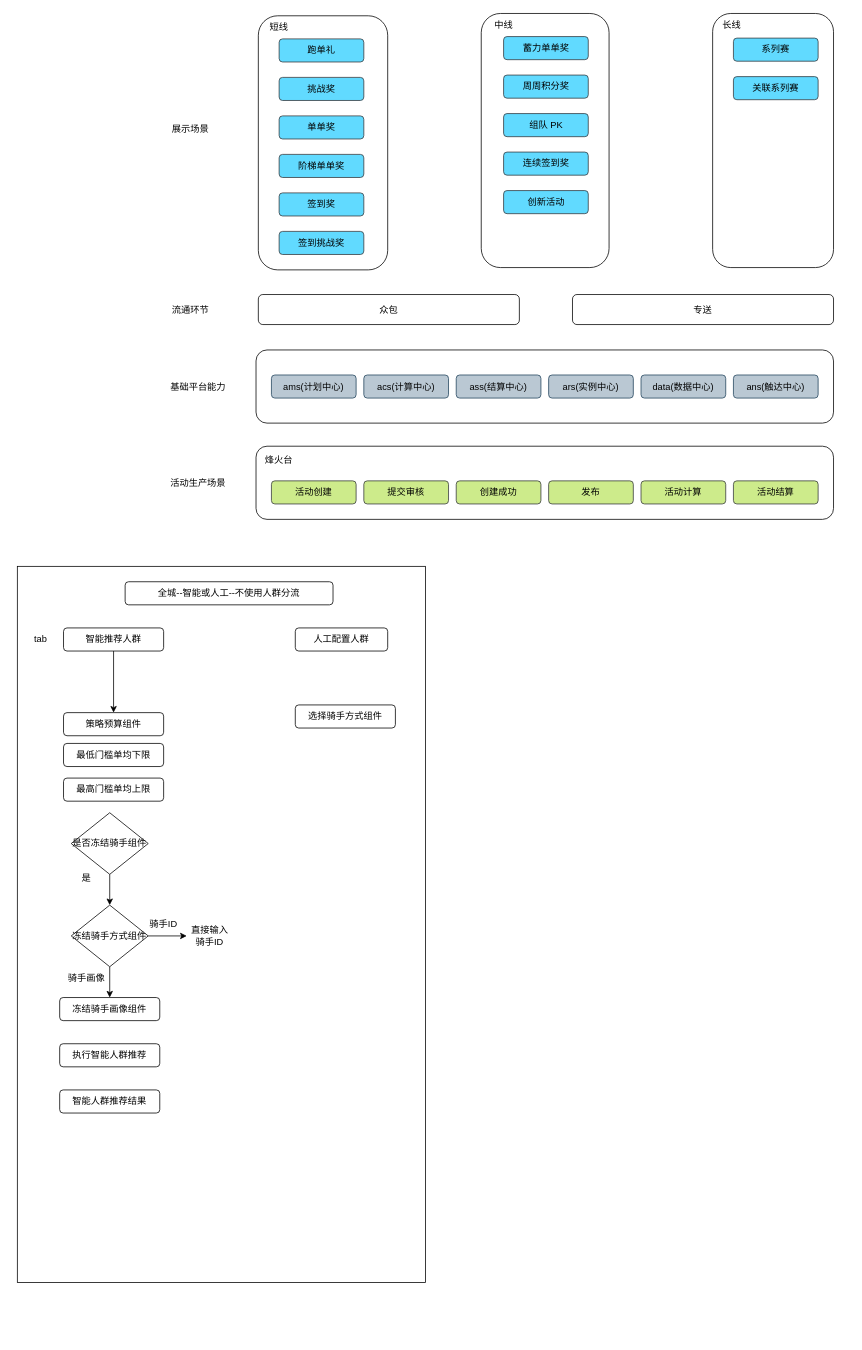
Before: 未命名绘图.drawio in 1587319019/1587319019.github.io, a draw.io diagram. Source tidied: cells renumbered, new cells numbered last; positions are measured from the earlier drawing's top-left corner, leaving out a move shared by most shapes. Both pictures are drawn from the tidied source at 77%, with x=0, y=0 at pixel (17, 13).
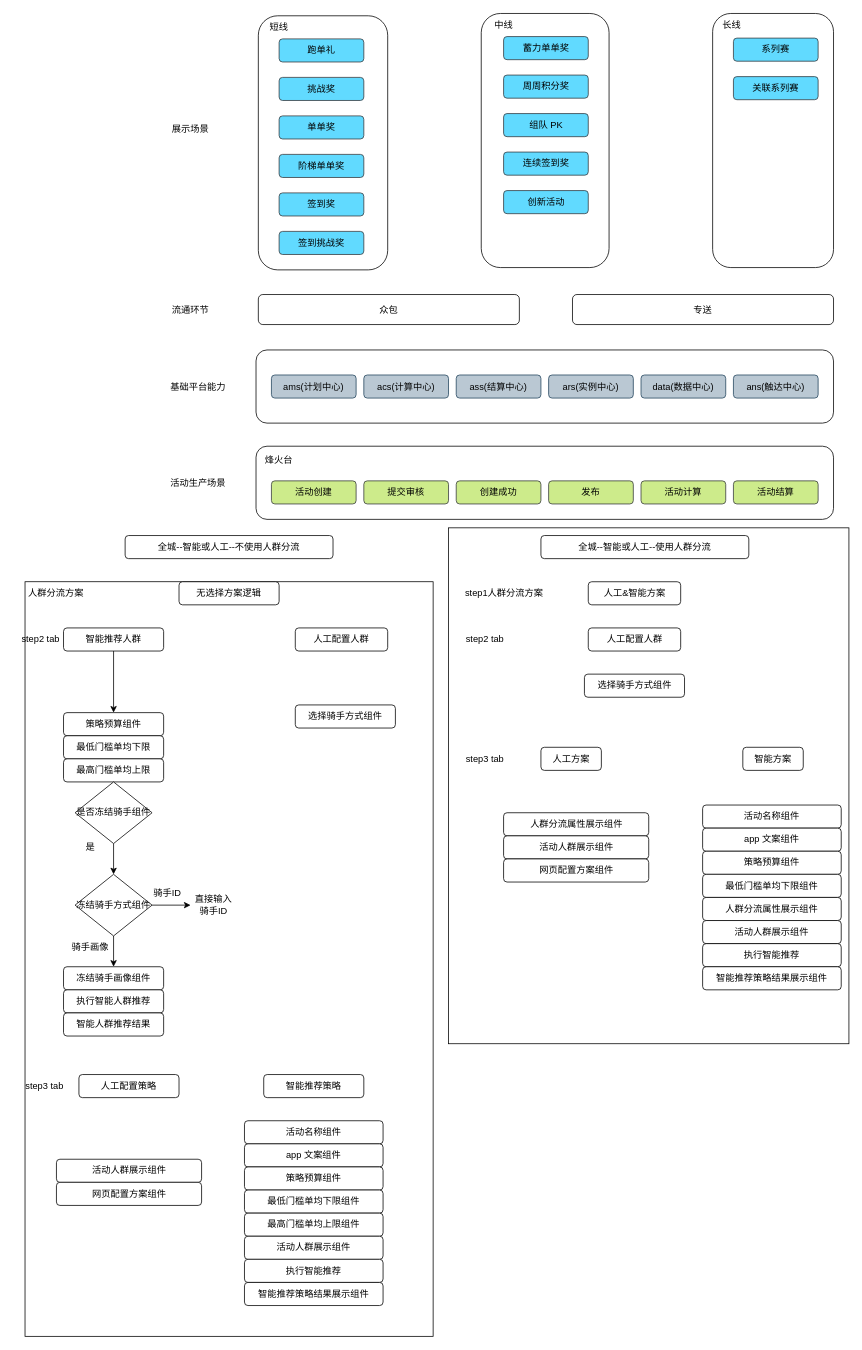
Above is the later version.

Commit message:
更新未命名绘图.drawio

Change to the diagram source:
```diff
@@
+    <mxCell id="64" style="rounded=0;whiteSpace=wrap;html=1;" parent="1" vertex="1">
+      <mxGeometry x="560" y="668" width="520" height="670" as="geometry" />
+    </mxCell>
     <mxCell id="2" style="rounded=0;whiteSpace=wrap;html=1;" parent="1" vertex="1">
-      <mxGeometry y="718" width="530" height="930" as="geometry" />
+      <mxGeometry x="10" y="738" width="530" height="980" as="geometry" />
     </mxCell>
@@
     <mxCell id="47" value="最低门槛单均下限" style="rounded=1;whiteSpace=wrap;html=1;" parent="1" vertex="1">
-      <mxGeometry x="60" y="948" width="130" height="30" as="geometry" />
+      <mxGeometry x="60" y="938" width="130" height="30" as="geometry" />
     </mxCell>
     <mxCell id="48" value="最高门槛单均上限" style="rounded=1;whiteSpace=wrap;html=1;" parent="1" vertex="1">
-      <mxGeometry x="60" y="993" width="130" height="30" as="geometry" />
+      <mxGeometry x="60" y="968" width="130" height="30" as="geometry" />
     </mxCell>
-    <mxCell id="49" value="tab" style="text;html=1;align=center;verticalAlign=middle;strokeColor=none;fillColor=none;" parent="1" vertex="1">
-      <mxGeometry x="10" y="798" width="40" height="30" as="geometry" />
+    <mxCell id="49" value="step2 tab" style="text;html=1;align=center;verticalAlign=middle;strokeColor=none;fillColor=none;" parent="1" vertex="1">
+      <mxGeometry x="-5" y="798" width="70" height="30" as="geometry" />
     </mxCell>
     <mxCell id="50" value="全城--智能或人工--不使用人群分流" style="rounded=1;whiteSpace=wrap;html=1;" parent="1" vertex="1">
-      <mxGeometry x="140" y="738" width="270" height="30" as="geometry" />
+      <mxGeometry x="140" y="678" width="270" height="30" as="geometry" />
     </mxCell>
@@
     <mxCell id="53" value="是否冻结骑手组件" style="rhombus;whiteSpace=wrap;html=1;" parent="1" vertex="1">
-      <mxGeometry x="70" y="1038" width="100" height="80" as="geometry" />
+      <mxGeometry x="75" y="998" width="100" height="80" as="geometry" />
     </mxCell>
@@
     <mxCell id="56" value="冻结骑手方式组件" style="rhombus;whiteSpace=wrap;html=1;" parent="1" vertex="1">
-      <mxGeometry x="70" y="1158" width="100" height="80" as="geometry" />
+      <mxGeometry x="75" y="1118" width="100" height="80" as="geometry" />
     </mxCell>
     <mxCell id="57" value="是" style="text;html=1;strokeColor=none;fillColor=none;align=center;verticalAlign=middle;whiteSpace=wrap;rounded=0;" parent="1" vertex="1">
-      <mxGeometry x="60" y="1108" width="60" height="30" as="geometry" />
+      <mxGeometry x="65" y="1068" width="60" height="30" as="geometry" />
     </mxCell>
     <mxCell id="58" value="冻结骑手画像组件" style="rounded=1;whiteSpace=wrap;html=1;" parent="1" vertex="1">
-      <mxGeometry x="55" y="1278" width="130" height="30" as="geometry" />
+      <mxGeometry x="60" y="1238" width="130" height="30" as="geometry" />
     </mxCell>
     <mxCell id="59" value="骑手画像" style="text;html=1;strokeColor=none;fillColor=none;align=center;verticalAlign=middle;whiteSpace=wrap;rounded=0;" parent="1" vertex="1">
-      <mxGeometry x="60" y="1238" width="60" height="30" as="geometry" />
+      <mxGeometry x="65" y="1198" width="60" height="30" as="geometry" />
     </mxCell>
     <mxCell id="60" value="直接输入骑手ID" style="text;html=1;strokeColor=none;fillColor=none;align=center;verticalAlign=middle;whiteSpace=wrap;rounded=0;" parent="1" vertex="1">
-      <mxGeometry x="220" y="1183" width="60" height="30" as="geometry" />
+      <mxGeometry x="225" y="1143" width="60" height="30" as="geometry" />
     </mxCell>
     <mxCell id="61" value="骑手ID" style="text;html=1;strokeColor=none;fillColor=none;align=center;verticalAlign=middle;whiteSpace=wrap;rounded=0;" parent="1" vertex="1">
-      <mxGeometry x="160" y="1168" width="60" height="30" as="geometry" />
+      <mxGeometry x="165" y="1128" width="60" height="30" as="geometry" />
     </mxCell>
     <mxCell id="62" value="执行智能人群推荐" style="rounded=1;whiteSpace=wrap;html=1;" parent="1" vertex="1">
-      <mxGeometry x="55" y="1338" width="130" height="30" as="geometry" />
+      <mxGeometry x="60" y="1268" width="130" height="30" as="geometry" />
     </mxCell>
     <mxCell id="63" value="智能人群推荐结果" style="rounded=1;whiteSpace=wrap;html=1;" parent="1" vertex="1">
-      <mxGeometry x="55" y="1398" width="130" height="30" as="geometry" />
+      <mxGeometry x="60" y="1298" width="130" height="30" as="geometry" />
     </mxCell>
+    <mxCell id="65" value="全城--智能或人工--使用人群分流" style="rounded=1;whiteSpace=wrap;html=1;" parent="1" vertex="1">
+      <mxGeometry x="680" y="678" width="270" height="30" as="geometry" />
+    </mxCell>
+    <mxCell id="66" value="人工&amp;amp;智能方案" style="rounded=1;whiteSpace=wrap;html=1;" parent="1" vertex="1">
+      <mxGeometry x="741.5" y="738" width="120" height="30" as="geometry" />
+    </mxCell>
+    <mxCell id="67" value="无选择方案逻辑" style="rounded=1;whiteSpace=wrap;html=1;" parent="1" vertex="1">
+      <mxGeometry x="210" y="738" width="130" height="30" as="geometry" />
+    </mxCell>
+    <mxCell id="68" value="人群分流方案" style="text;html=1;align=center;verticalAlign=middle;strokeColor=none;fillColor=none;" parent="1" vertex="1">
+      <mxGeometry y="738" width="100" height="30" as="geometry" />
+    </mxCell>
+    <mxCell id="69" value="step1人群分流方案" style="text;html=1;align=center;verticalAlign=middle;strokeColor=none;fillColor=none;" parent="1" vertex="1">
+      <mxGeometry x="571.5" y="738" width="120" height="30" as="geometry" />
+    </mxCell>
+    <mxCell id="70" value="人工配置人群" style="rounded=1;whiteSpace=wrap;html=1;" parent="1" vertex="1">
+      <mxGeometry x="741.5" y="798" width="120" height="30" as="geometry" />
+    </mxCell>
+    <mxCell id="71" value="step2 tab" style="text;html=1;align=center;verticalAlign=middle;strokeColor=none;fillColor=none;" parent="1" vertex="1">
+      <mxGeometry x="571.5" y="798" width="70" height="30" as="geometry" />
+    </mxCell>
+    <mxCell id="72" value="选择骑手方式组件" style="rounded=1;whiteSpace=wrap;html=1;" parent="1" vertex="1">
+      <mxGeometry x="736.5" y="858" width="130" height="30" as="geometry" />
+    </mxCell>
+    <mxCell id="73" value="step3 tab" style="text;html=1;align=center;verticalAlign=middle;strokeColor=none;fillColor=none;" parent="1" vertex="1">
+      <mxGeometry x="571.5" y="953" width="70" height="30" as="geometry" />
+    </mxCell>
+    <mxCell id="74" value="人工方案" style="rounded=1;whiteSpace=wrap;html=1;" parent="1" vertex="1">
+      <mxGeometry x="680" y="953" width="78.5" height="30" as="geometry" />
+    </mxCell>
+    <mxCell id="75" value="智能方案" style="rounded=1;whiteSpace=wrap;html=1;" parent="1" vertex="1">
+      <mxGeometry x="942.2" y="953" width="78.5" height="30" as="geometry" />
+    </mxCell>
+    <mxCell id="76" value="人群分流属性展示组件" style="rounded=1;whiteSpace=wrap;html=1;" parent="1" vertex="1">
+      <mxGeometry x="631.5" y="1038" width="188.5" height="30" as="geometry" />
+    </mxCell>
+    <mxCell id="77" value="活动人群展示组件" style="rounded=1;whiteSpace=wrap;html=1;" parent="1" vertex="1">
+      <mxGeometry x="631.5" y="1068" width="188.5" height="30" as="geometry" />
+    </mxCell>
+    <mxCell id="78" value="网页配置方案组件" style="rounded=1;whiteSpace=wrap;html=1;" parent="1" vertex="1">
+      <mxGeometry x="631.5" y="1098" width="188.5" height="30" as="geometry" />
+    </mxCell>
+    <mxCell id="79" value="活动名称组件" style="rounded=1;whiteSpace=wrap;html=1;" parent="1" vertex="1">
+      <mxGeometry x="890" y="1028" width="180" height="30" as="geometry" />
+    </mxCell>
+    <mxCell id="80" value="app 文案组件" style="rounded=1;whiteSpace=wrap;html=1;" parent="1" vertex="1">
+      <mxGeometry x="890" y="1058" width="180" height="30" as="geometry" />
+    </mxCell>
+    <mxCell id="81" value="策略预算组件" style="rounded=1;whiteSpace=wrap;html=1;" parent="1" vertex="1">
+      <mxGeometry x="890" y="1088" width="180" height="30" as="geometry" />
+    </mxCell>
+    <mxCell id="82" value="最低门槛单均下限组件" style="rounded=1;whiteSpace=wrap;html=1;" parent="1" vertex="1">
+      <mxGeometry x="890" y="1118" width="180" height="30" as="geometry" />
+    </mxCell>
+    <mxCell id="83" value="人群分流属性展示组件" style="rounded=1;whiteSpace=wrap;html=1;" parent="1" vertex="1">
+      <mxGeometry x="890" y="1148" width="180" height="30" as="geometry" />
+    </mxCell>
+    <mxCell id="84" value="活动人群展示组件" style="rounded=1;whiteSpace=wrap;html=1;" parent="1" vertex="1">
+      <mxGeometry x="890" y="1178" width="180" height="30" as="geometry" />
+    </mxCell>
+    <mxCell id="85" value="执行智能推荐" style="rounded=1;whiteSpace=wrap;html=1;" parent="1" vertex="1">
+      <mxGeometry x="890" y="1208" width="180" height="30" as="geometry" />
+    </mxCell>
+    <mxCell id="86" value="智能推荐策略结果展示组件" style="rounded=1;whiteSpace=wrap;html=1;" parent="1" vertex="1">
+      <mxGeometry x="890" y="1238" width="180" height="30" as="geometry" />
+    </mxCell>
+    <mxCell id="87" value="step3 tab" style="text;html=1;align=center;verticalAlign=middle;strokeColor=none;fillColor=none;" parent="1" vertex="1">
+      <mxGeometry y="1378" width="70" height="30" as="geometry" />
+    </mxCell>
+    <mxCell id="88" value="人工配置策略" style="rounded=1;whiteSpace=wrap;html=1;" parent="1" vertex="1">
+      <mxGeometry x="80" y="1378" width="130" height="30" as="geometry" />
+    </mxCell>
+    <mxCell id="89" value="智能推荐策略" style="rounded=1;whiteSpace=wrap;html=1;" parent="1" vertex="1">
+      <mxGeometry x="320" y="1378" width="130" height="30" as="geometry" />
+    </mxCell>
+    <mxCell id="90" value="活动人群展示组件" style="rounded=1;whiteSpace=wrap;html=1;" parent="1" vertex="1">
+      <mxGeometry x="50.8" y="1488" width="188.5" height="30" as="geometry" />
+    </mxCell>
+    <mxCell id="91" value="网页配置方案组件" style="rounded=1;whiteSpace=wrap;html=1;" parent="1" vertex="1">
+      <mxGeometry x="50.8" y="1518" width="188.5" height="30" as="geometry" />
+    </mxCell>
+    <mxCell id="92" value="活动名称组件" style="rounded=1;whiteSpace=wrap;html=1;" parent="1" vertex="1">
+      <mxGeometry x="295" y="1438" width="180" height="30" as="geometry" />
+    </mxCell>
+    <mxCell id="93" value="app 文案组件" style="rounded=1;whiteSpace=wrap;html=1;" parent="1" vertex="1">
+      <mxGeometry x="295" y="1468" width="180" height="30" as="geometry" />
+    </mxCell>
+    <mxCell id="94" value="策略预算组件" style="rounded=1;whiteSpace=wrap;html=1;" parent="1" vertex="1">
+      <mxGeometry x="295" y="1498" width="180" height="30" as="geometry" />
+    </mxCell>
+    <mxCell id="95" value="最低门槛单均下限组件" style="rounded=1;whiteSpace=wrap;html=1;" parent="1" vertex="1">
+      <mxGeometry x="295" y="1528" width="180" height="30" as="geometry" />
+    </mxCell>
+    <mxCell id="96" value="最高门槛单均上限组件" style="rounded=1;whiteSpace=wrap;html=1;" parent="1" vertex="1">
+      <mxGeometry x="295" y="1558" width="180" height="30" as="geometry" />
+    </mxCell>
+    <mxCell id="97" value="活动人群展示组件" style="rounded=1;whiteSpace=wrap;html=1;" parent="1" vertex="1">
+      <mxGeometry x="295" y="1588" width="180" height="30" as="geometry" />
+    </mxCell>
+    <mxCell id="98" value="执行智能推荐" style="rounded=1;whiteSpace=wrap;html=1;" parent="1" vertex="1">
+      <mxGeometry x="295" y="1618" width="180" height="30" as="geometry" />
+    </mxCell>
+    <mxCell id="99" value="智能推荐策略结果展示组件" style="rounded=1;whiteSpace=wrap;html=1;" parent="1" vertex="1">
+      <mxGeometry x="295" y="1648" width="180" height="30" as="geometry" />
+    </mxCell>
```
